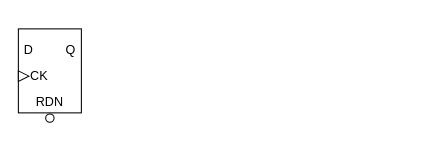
shzliang/vim_help keeps this draw.io diagram as my_draw.drawio. Above is the earlier version. Source tidied: cells renumbered, new cells numbered last; positions are measured from the earlier drawing's top-left corner, leaving out a move shared by most shapes. Both pictures are drawn from the tidied source at 105%, with x=0, y=0 at pixel (18, 28).
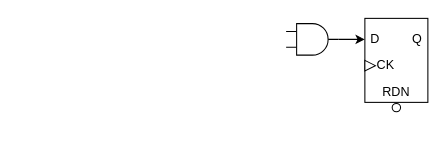
After the change.

Change to the diagram source:
```diff
@@
 <mxGraphModel>
   <root>
     <mxCell id="0" />
     <mxCell id="1" parent="0" />
-    <mxCell id="2" style="group;" parent="1" vertex="1">
-      <mxGeometry width="60" height="90" as="geometry" />
-    </mxCell>
+    <mxCell id="10" style="group;" parent="1" vertex="1">
+      <mxGeometry x="330" y="-10" width="60" height="90" as="geometry" />
+    </mxCell>
-    <mxCell id="3" style="rounded=0;whiteSpace=wrap;html=1;" parent="2" vertex="1">
+    <mxCell id="3" style="rounded=0;whiteSpace=wrap;html=1;" parent="10" vertex="1">
       <mxGeometry width="60" height="80" as="geometry" />
     </mxCell>
-    <mxCell id="4" value="D" style="text;html=1;align=center;verticalAlign=middle;whiteSpace=wrap;rounded=0;" parent="2" vertex="1">
+    <mxCell id="4" value="D" style="text;html=1;align=center;verticalAlign=middle;whiteSpace=wrap;rounded=0;" parent="10" vertex="1">
       <mxGeometry y="10" width="20" height="20" as="geometry" />
     </mxCell>
-    <mxCell id="5" value="Q" style="text;html=1;align=center;verticalAlign=middle;whiteSpace=wrap;rounded=0;" parent="2" vertex="1">
+    <mxCell id="5" value="Q" style="text;html=1;align=center;verticalAlign=middle;whiteSpace=wrap;rounded=0;" parent="10" vertex="1">
       <mxGeometry x="40" y="10" width="20" height="20" as="geometry" />
     </mxCell>
-    <mxCell id="6" style="triangle;whiteSpace=wrap;html=1;" parent="2" vertex="1">
+    <mxCell id="6" style="triangle;whiteSpace=wrap;html=1;" parent="10" vertex="1">
       <mxGeometry y="40" width="10" height="10" as="geometry" />
     </mxCell>
-    <mxCell id="7" style="verticalLabelPosition=bottom;shadow=0;dashed=0;align=center;html=1;verticalAlign=top;shape=mxgraph.electrical.logic_gates.inverting_contact;" parent="2" vertex="1">
+    <mxCell id="7" style="verticalLabelPosition=bottom;shadow=0;dashed=0;align=center;html=1;verticalAlign=top;shape=mxgraph.electrical.logic_gates.inverting_contact;" parent="10" vertex="1">
       <mxGeometry x="25" y="80" width="10" height="10" as="geometry" />
     </mxCell>
-    <mxCell id="8" value="RDN" style="text;html=1;align=center;verticalAlign=middle;whiteSpace=wrap;rounded=0;" parent="2" vertex="1">
+    <mxCell id="8" value="RDN" style="text;html=1;align=center;verticalAlign=middle;whiteSpace=wrap;rounded=0;" parent="10" vertex="1">
       <mxGeometry x="15" y="60" width="30" height="20" as="geometry" />
     </mxCell>
-    <mxCell id="9" value="CK" style="text;html=1;align=center;verticalAlign=middle;whiteSpace=wrap;rounded=0;" parent="2" vertex="1">
+    <mxCell id="9" value="CK" style="text;html=1;align=center;verticalAlign=middle;whiteSpace=wrap;rounded=0;" parent="10" vertex="1">
       <mxGeometry x="10" y="35" width="20" height="20" as="geometry" />
     </mxCell>
+    <mxCell id="11" style="edgeStyle=orthogonalEdgeStyle;rounded=0;jettySize=auto;html=1;" parent="1" edge="1" source="12">
+      <mxGeometry relative="1" as="geometry">
+        <mxPoint x="330" y="10" as="targetPoint" />
+      </mxGeometry>
+    </mxCell>
+    <mxCell id="12" style="verticalLabelPosition=bottom;shadow=0;dashed=0;align=center;html=1;verticalAlign=top;shape=mxgraph.electrical.logic_gates.logic_gate;operation=and;" parent="1" vertex="1">
+      <mxGeometry x="255" y="-5" width="50" height="30" as="geometry" />
+    </mxCell>
   </root>
 </mxGraphModel>
```
